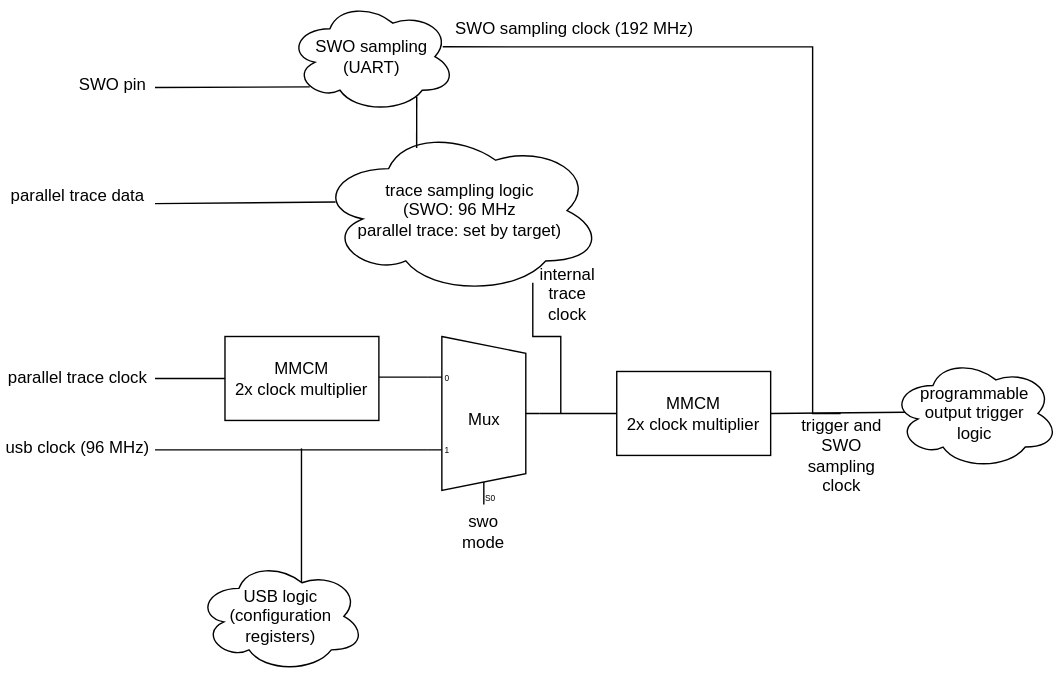
Above: hardware/tracewhisperer/images/tracewhisperer_clocks.svg in newaetech/DesignStartTrace (draw.io), before the change. Source tidied: cells renumbered, new cells last; positions are measured from the earlier drawing's top-left corner, leaving out a move shared by most shapes.
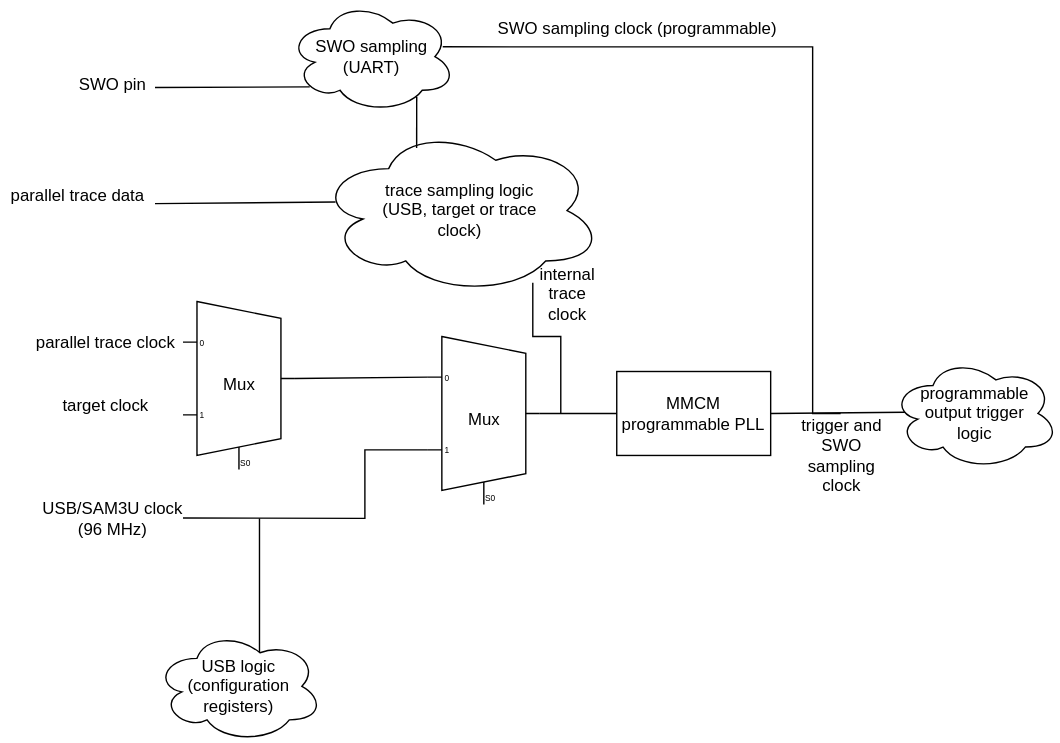
The same file after the commit.

Commit message:
Documentation updates for clocks and jitter.

Diff of the diagram source:
```diff
@@ -5,49 +5,37 @@
     <mxCell id="2" value="Mux" style="shadow=0;dashed=0;align=center;html=1;strokeWidth=1;shape=mxgraph.electrical.abstract.mux2;" parent="1" vertex="1">
       <mxGeometry x="305" y="240" width="80" height="120" as="geometry" />
     </mxCell>
-    <mxCell id="3" style="endArrow=none;html=1;entryX=0;entryY=0.21666666666666667;entryDx=0;entryDy=3;entryPerimeter=0;" parent="1" edge="1" target="2">
-      <mxGeometry relative="1" as="geometry">
-        <mxPoint x="270" y="269" as="sourcePoint" />
-      </mxGeometry>
-    </mxCell>
-    <mxCell id="4" style="endArrow=none;html=1;entryX=0;entryY=0.65;entryDx=0;entryDy=3;entryPerimeter=0;" parent="1" edge="1" target="2">
-      <mxGeometry relative="1" as="geometry">
-        <mxPoint x="110" y="321" as="sourcePoint" />
-      </mxGeometry>
-    </mxCell>
     <mxCell id="5" style="endArrow=none;html=1;edgeStyle=orthogonalEdgeStyle;rounded=0;" parent="1" edge="1">
       <mxGeometry relative="1" as="geometry">
-        <mxPoint x="214.7" y="470" as="sourcePoint" />
-        <mxPoint x="214.7" y="320" as="targetPoint" />
+        <mxPoint x="184.7" y="520" as="sourcePoint" />
+        <mxPoint x="184.7" y="370" as="targetPoint" />
       </mxGeometry>
     </mxCell>
-    <mxCell id="6" value="swo mode" style="text;html=1;strokeColor=none;fillColor=none;align=center;verticalAlign=middle;whiteSpace=wrap;rounded=0;" parent="1" vertex="1">
-      <mxGeometry x="325" y="370" width="40" height="20" as="geometry" />
-    </mxCell>
-    <mxCell id="7" value="MMCM&lt;br&gt;2x clock multiplier" style="rounded=0;whiteSpace=wrap;html=1;" parent="1" vertex="1">
-      <mxGeometry x="160" y="240" width="110" height="60" as="geometry" />
-    </mxCell>
-    <mxCell id="8" style="endArrow=none;html=1;" parent="1" edge="1" target="7">
+    <mxCell id="8" style="endArrow=none;html=1;entryX=0;entryY=0.65;entryDx=0;entryDy=3;entryPerimeter=0;rounded=0;" parent="1" edge="1" target="2">
       <mxGeometry relative="1" as="geometry">
-        <mxPoint x="110" y="270" as="sourcePoint" />
+        <mxPoint x="130" y="369.7" as="sourcePoint" />
+        <Array as="points">
+          <mxPoint x="260" y="370" />
+          <mxPoint x="260" y="321" />
+        </Array>
       </mxGeometry>
     </mxCell>
     <mxCell id="9" value="parallel trace clock" style="text;html=1;strokeColor=none;fillColor=none;align=center;verticalAlign=middle;whiteSpace=wrap;rounded=0;" parent="1" vertex="1">
-      <mxGeometry y="260" width="110" height="20" as="geometry" />
+      <mxGeometry x="20" y="235" width="110" height="20" as="geometry" />
     </mxCell>
-    <mxCell id="10" value="usb clock (96 MHz)" style="text;html=1;strokeColor=none;fillColor=none;align=center;verticalAlign=middle;whiteSpace=wrap;rounded=0;" parent="1" vertex="1">
-      <mxGeometry y="310" width="110" height="20" as="geometry" />
+    <mxCell id="10" value="USB/SAM3U clock (96 MHz)" style="text;html=1;strokeColor=none;fillColor=none;align=center;verticalAlign=middle;whiteSpace=wrap;rounded=0;" parent="1" vertex="1">
+      <mxGeometry x="25" y="360" width="110" height="20" as="geometry" />
     </mxCell>
     <mxCell id="11" style="rounded=0;jettySize=auto;html=1;exitX=1;exitY=0.5;exitDx=0;exitDy=0;endArrow=none;endFill=0;entryX=0.086;entryY=0.489;entryDx=0;entryDy=0;entryPerimeter=0;" parent="1" edge="1" source="12" target="17">
       <mxGeometry relative="1" as="geometry" />
     </mxCell>
-    <mxCell id="12" value="MMCM&lt;br&gt;2x clock multiplier" style="rounded=0;whiteSpace=wrap;html=1;" parent="1" vertex="1">
+    <mxCell id="12" value="MMCM&lt;br&gt;programmable PLL" style="rounded=0;whiteSpace=wrap;html=1;" parent="1" vertex="1">
       <mxGeometry x="440" y="265" width="110" height="60" as="geometry" />
     </mxCell>
     <mxCell id="13" value="USB logic (configuration registers)" style="ellipse;shape=cloud;whiteSpace=wrap;html=1;" parent="1" vertex="1">
-      <mxGeometry x="140" y="400" width="120" height="80" as="geometry" />
+      <mxGeometry x="110" y="450" width="120" height="80" as="geometry" />
     </mxCell>
-    <mxCell id="14" value="trace sampling logic&lt;br&gt;(SWO: 96 MHz&lt;br&gt;parallel trace: set by target)" style="ellipse;shape=cloud;whiteSpace=wrap;html=1;" parent="1" vertex="1">
+    <mxCell id="14" value="trace sampling logic&lt;br&gt;(USB, target or trace&lt;br&gt;clock)" style="ellipse;shape=cloud;whiteSpace=wrap;html=1;" parent="1" vertex="1">
       <mxGeometry x="226" y="90" width="204" height="120" as="geometry" />
     </mxCell>
     <mxCell id="15" style="endArrow=none;html=1;exitX=0;exitY=0.5;exitDx=0;exitDy=0;entryX=1;entryY=0.5;entryDx=0;entryDy=-5;entryPerimeter=0;" parent="1" edge="1" source="12" target="2">
@@ -88,8 +76,8 @@
     <mxCell id="24" style="endArrow=none;html=1;entryX=0.348;entryY=0.127;entryDx=0;entryDy=0;entryPerimeter=0;exitX=0.767;exitY=0.857;exitDx=0;exitDy=0;exitPerimeter=0;endFill=0;" parent="1" edge="1" source="18" target="14">
       <mxGeometry relative="1" as="geometry" />
     </mxCell>
-    <mxCell id="25" value="SWO sampling clock (192 MHz)" style="text;html=1;strokeColor=none;fillColor=none;align=center;verticalAlign=middle;whiteSpace=wrap;rounded=0;" parent="1" vertex="1">
-      <mxGeometry x="320" y="10" width="180" height="20" as="geometry" />
+    <mxCell id="25" value="SWO sampling clock (programmable)" style="text;html=1;strokeColor=none;fillColor=none;align=center;verticalAlign=middle;whiteSpace=wrap;rounded=0;" parent="1" vertex="1">
+      <mxGeometry x="320" y="10" width="270" height="20" as="geometry" />
     </mxCell>
     <mxCell id="26" style="endArrow=none;html=1;edgeStyle=orthogonalEdgeStyle;rounded=0;" parent="1" edge="1" target="14">
       <mxGeometry relative="1" as="geometry">
@@ -103,5 +91,16 @@
     <mxCell id="27" value="internal trace clock" style="text;html=1;strokeColor=none;fillColor=none;align=center;verticalAlign=middle;whiteSpace=wrap;rounded=0;" parent="1" vertex="1">
       <mxGeometry x="385" y="200" width="40" height="20" as="geometry" />
     </mxCell>
+    <mxCell id="28" value="Mux" style="shadow=0;dashed=0;align=center;html=1;strokeWidth=1;shape=mxgraph.electrical.abstract.mux2;" parent="1" vertex="1">
+      <mxGeometry x="130" y="215" width="80" height="120" as="geometry" />
+    </mxCell>
+    <mxCell id="29" value="target clock" style="text;html=1;strokeColor=none;fillColor=none;align=center;verticalAlign=middle;whiteSpace=wrap;rounded=0;" parent="1" vertex="1">
+      <mxGeometry x="20" y="280" width="110" height="20" as="geometry" />
+    </mxCell>
+    <mxCell id="30" style="endArrow=none;html=1;rounded=0;entryX=0;entryY=0.21666666666666667;entryDx=0;entryDy=3;entryPerimeter=0;" parent="1" edge="1" target="2">
+      <mxGeometry relative="1" as="geometry">
+        <mxPoint x="210" y="270" as="sourcePoint" />
+      </mxGeometry>
+    </mxCell>
   </root>
 </mxGraphModel>
```
